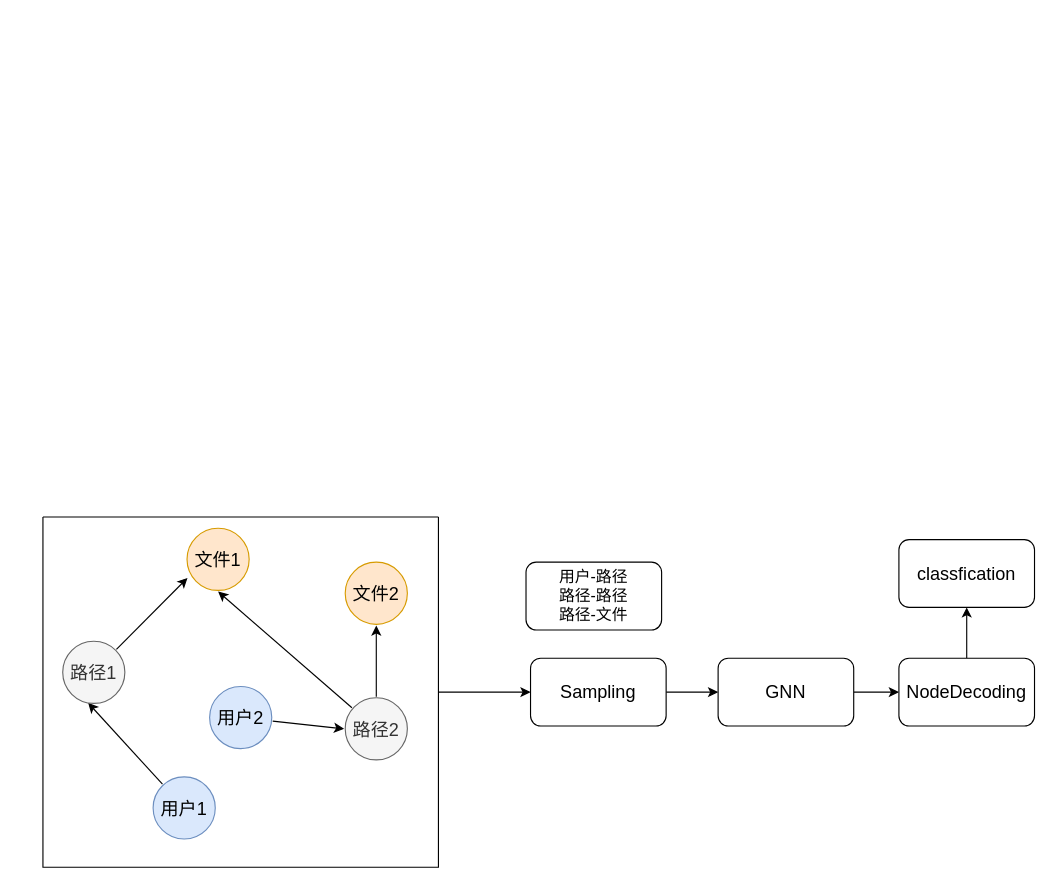
The draw.io diagram 图模型Q2.drawio in hengxingtx/draw_pic, before the edit. Source tidied: cells renumbered, new cells numbered last; positions are measured from the earlier drawing's top-left corner, leaving out a move shared by most shapes. Both pictures are drawn from the tidied source at 113%, with x=0, y=0 at pixel (42, 516).
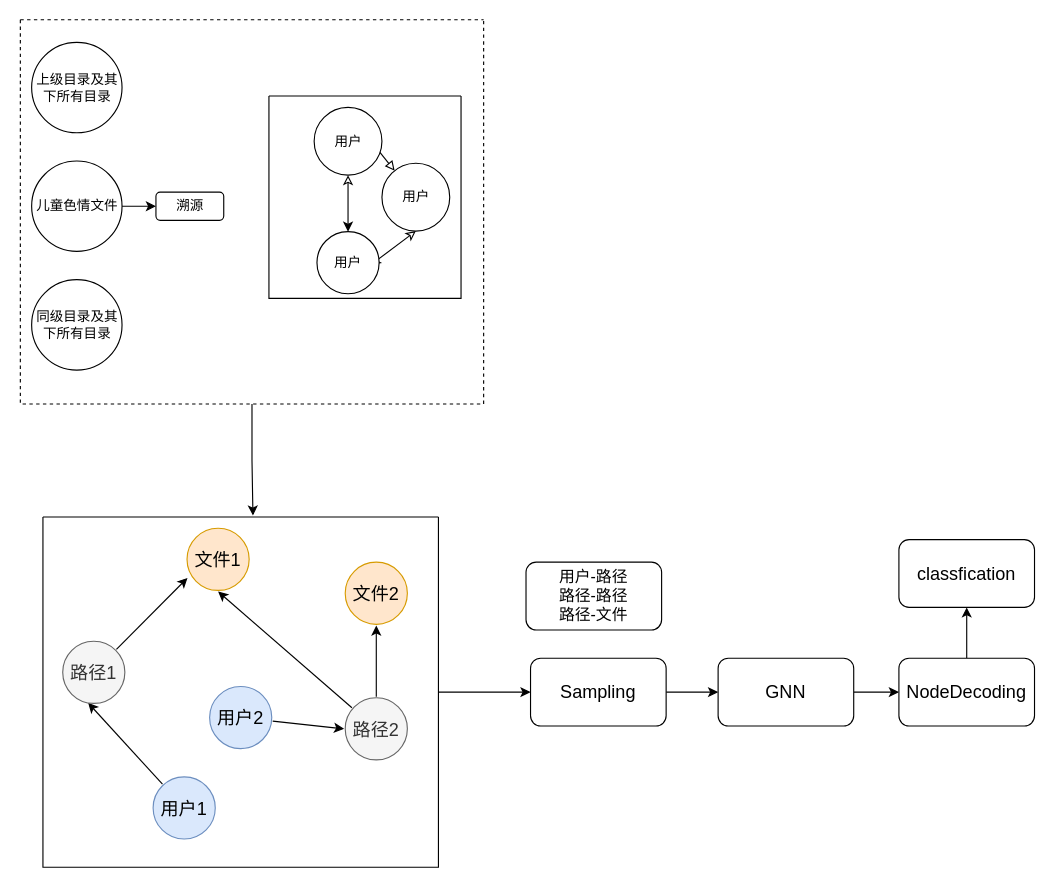
After the change.

Commit message:
更新图模型Q2.drawio

Unchanged cells that the change refers to:
```xml
<mxCell id="16" style="swimlane;startSize=0;" parent="1" vertex="1">
  <mxGeometry x="0.5" width="350" height="310" as="geometry" />
</mxCell>
```

What changed in the source:
```diff
@@
+    <mxCell id="23" style="group;" parent="1" vertex="1">
+      <mxGeometry x="-19.5" y="-440" width="410" height="340" as="geometry" />
+    </mxCell>
+    <mxCell id="24" style="swimlane;startSize=0;dashed=1;" parent="23" vertex="1">
+      <mxGeometry width="410" height="340" as="geometry" />
+    </mxCell>
+    <mxCell id="25" value="同级目录及其下所有目录" style="ellipse;whiteSpace=wrap;html=1;" parent="24" vertex="1">
+      <mxGeometry x="10" y="230" width="80" height="80" as="geometry" />
+    </mxCell>
+    <mxCell id="26" value="上级目录及其下所有目录" style="ellipse;whiteSpace=wrap;html=1;" parent="24" vertex="1">
+      <mxGeometry x="10" y="20" width="80" height="80" as="geometry" />
+    </mxCell>
+    <mxCell id="27" style="swimlane;startSize=0;" parent="24" vertex="1">
+      <mxGeometry x="220" y="67.5" width="170" height="179" as="geometry" />
+    </mxCell>
+    <mxCell id="28" style="rounded=0;jettySize=auto;html=1;startArrow=block;startFill=0;" parent="27" edge="1" source="30">
+      <mxGeometry relative="1" as="geometry">
+        <mxPoint x="90" y="39.5" as="targetPoint" />
+      </mxGeometry>
+    </mxCell>
+    <mxCell id="29" style="rounded=0;jettySize=auto;html=1;exitX=0.5;exitY=1;exitDx=0;exitDy=0;startArrow=classic;startFill=0;" parent="27" edge="1" source="30">
+      <mxGeometry relative="1" as="geometry">
+        <mxPoint x="90" y="149.5" as="targetPoint" />
+      </mxGeometry>
+    </mxCell>
+    <mxCell id="30" value="用户" style="ellipse;whiteSpace=wrap;html=1;" parent="27" vertex="1">
+      <mxGeometry x="100" y="59.5" width="60" height="60" as="geometry" />
+    </mxCell>
+    <mxCell id="31" value="儿童色情文件" style="ellipse;whiteSpace=wrap;html=1;" parent="24" vertex="1">
+      <mxGeometry x="10" y="125" width="80" height="80" as="geometry" />
+    </mxCell>
+    <mxCell id="32" value="溯源" style="rounded=1;whiteSpace=wrap;html=1;" parent="24" vertex="1">
+      <mxGeometry x="120" y="152.5" width="60" height="25" as="geometry" />
+    </mxCell>
+    <mxCell id="33" style="edgeStyle=orthogonalEdgeStyle;rounded=0;jettySize=auto;html=1;" parent="24" edge="1" source="31" target="32">
+      <mxGeometry relative="1" as="geometry" />
+    </mxCell>
+    <mxCell id="34" style="group;" parent="23" vertex="1">
+      <mxGeometry x="260" y="77.5" width="60" height="165" as="geometry" />
+    </mxCell>
+    <mxCell id="35" value="用户" style="ellipse;whiteSpace=wrap;html=1;" parent="34" vertex="1">
+      <mxGeometry width="60" height="60" as="geometry" />
+    </mxCell>
+    <mxCell id="36" value="用户" style="ellipse;whiteSpace=wrap;html=1;" parent="34" vertex="1">
+      <mxGeometry x="2.5" y="110" width="55" height="55" as="geometry" />
+    </mxCell>
+    <mxCell id="37" style="edgeStyle=orthogonalEdgeStyle;rounded=0;jettySize=auto;html=1;entryX=0.5;entryY=0;entryDx=0;entryDy=0;startArrow=classic;startFill=0;" parent="34" edge="1" source="35" target="36">
+      <mxGeometry relative="1" as="geometry" />
+    </mxCell>
+    <mxCell id="38" style="edgeStyle=orthogonalEdgeStyle;rounded=0;jettySize=auto;html=1;entryX=0.531;entryY=-0.004;entryDx=0;entryDy=0;entryPerimeter=0;" parent="1" edge="1" source="24" target="16">
+      <mxGeometry relative="1" as="geometry" />
+    </mxCell>
```
